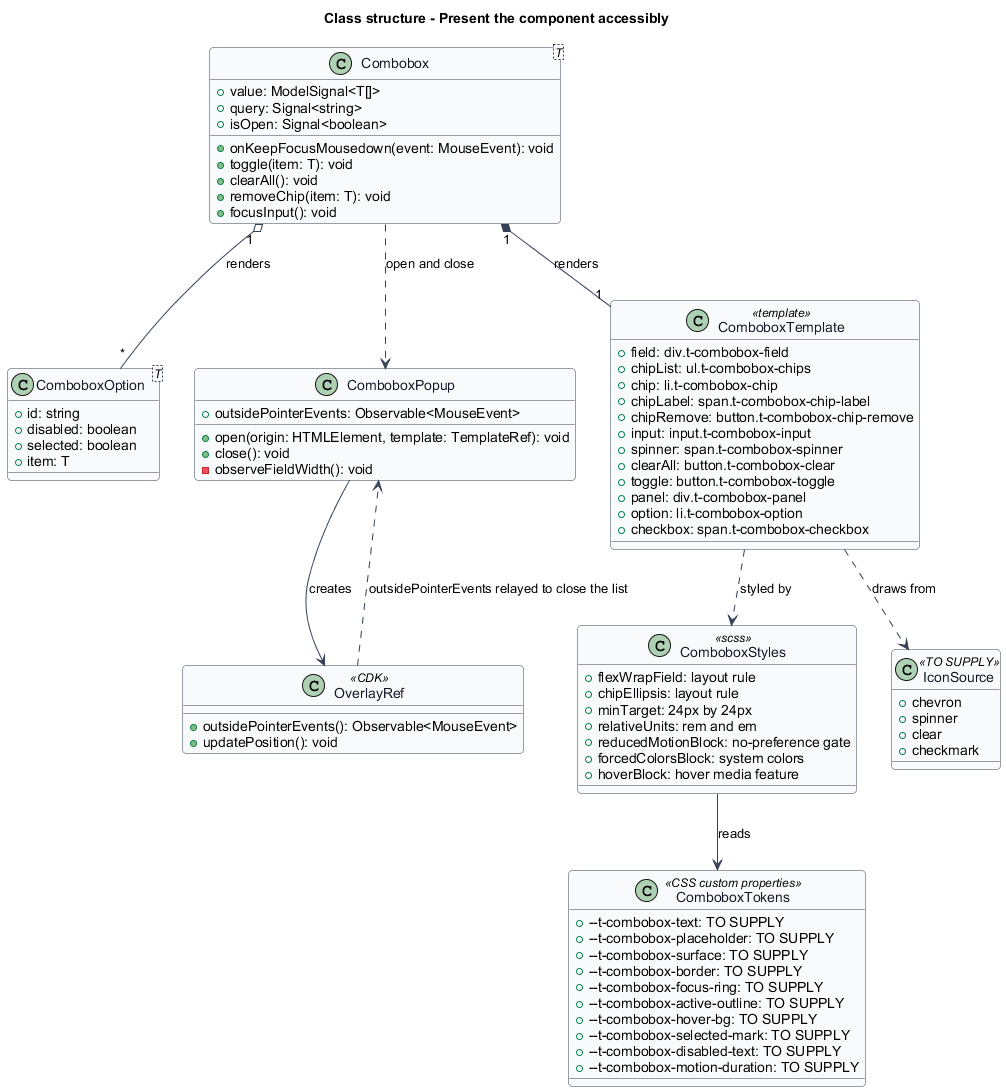
The PlantUML diagram docs/detailed-designs/combobox/present-accessibly/diagrams/class-structure.png in QuinntyneBrown/Tessera, before a commit.
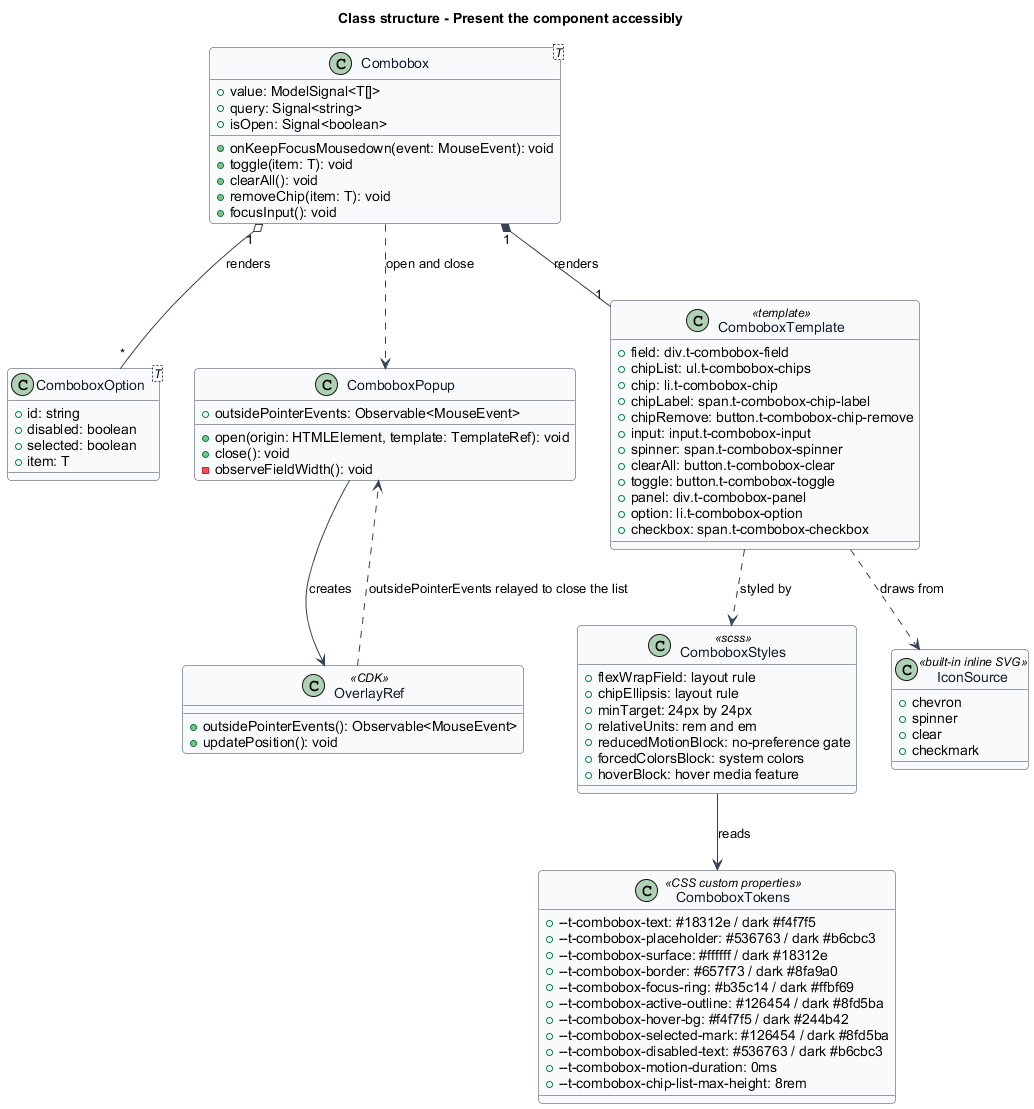
Later version of the same file.

The edit, as a diff of the source:
```diff
@@ -67,19 +67,20 @@
 }
 
 class ComboboxTokens <<CSS custom properties>> {
-  +--t-combobox-text: TO SUPPLY
-  +--t-combobox-placeholder: TO SUPPLY
-  +--t-combobox-surface: TO SUPPLY
-  +--t-combobox-border: TO SUPPLY
-  +--t-combobox-focus-ring: TO SUPPLY
-  +--t-combobox-active-outline: TO SUPPLY
-  +--t-combobox-hover-bg: TO SUPPLY
-  +--t-combobox-selected-mark: TO SUPPLY
-  +--t-combobox-disabled-text: TO SUPPLY
-  +--t-combobox-motion-duration: TO SUPPLY
+  +--t-combobox-text: #18312e / dark #f4f7f5
+  +--t-combobox-placeholder: #536763 / dark #b6cbc3
+  +--t-combobox-surface: #ffffff / dark #18312e
+  +--t-combobox-border: #657f73 / dark #8fa9a0
+  +--t-combobox-focus-ring: #b35c14 / dark #ffbf69
+  +--t-combobox-active-outline: #126454 / dark #8fd5ba
+  +--t-combobox-hover-bg: #f4f7f5 / dark #244b42
+  +--t-combobox-selected-mark: #126454 / dark #8fd5ba
+  +--t-combobox-disabled-text: #536763 / dark #b6cbc3
+  +--t-combobox-motion-duration: 0ms
+  +--t-combobox-chip-list-max-height: 8rem
 }
 
-class IconSource <<TO SUPPLY>> {
+class IconSource <<built-in inline SVG>> {
   +chevron
   +spinner
   +clear
```
